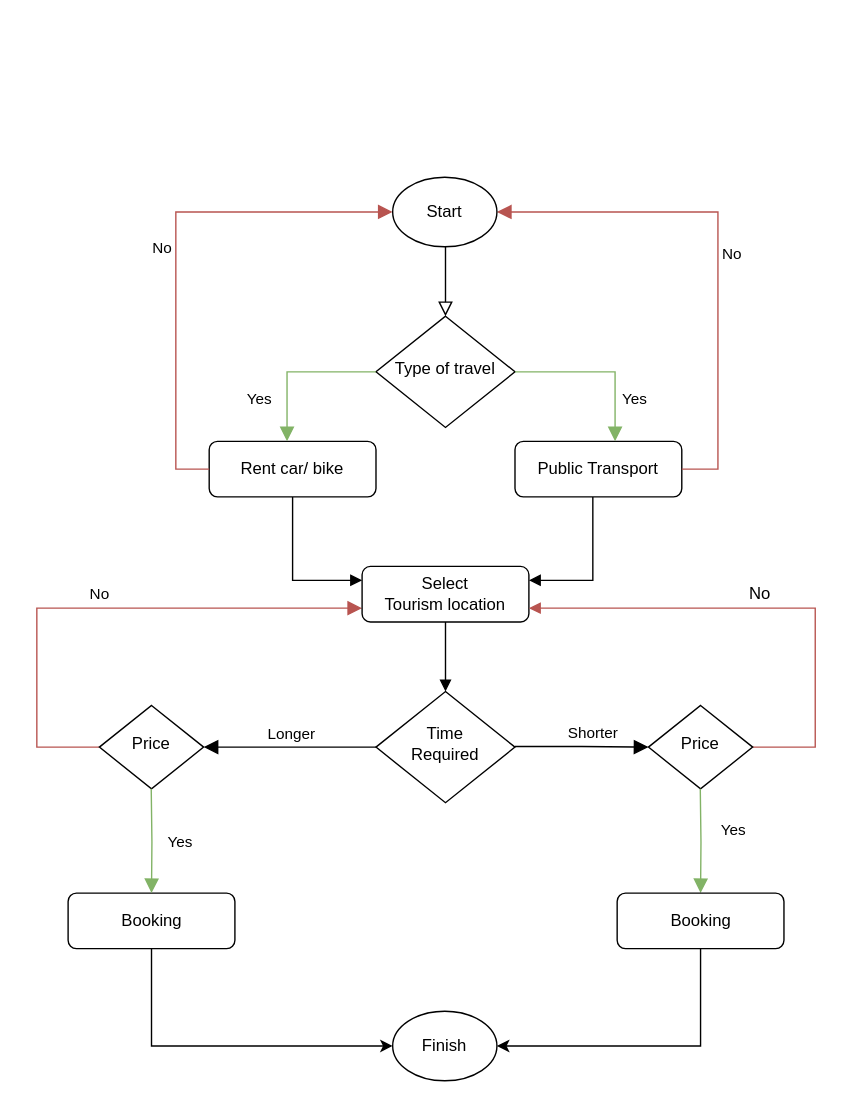
Nontakul/Data-Analyst-Project keeps this draw.io diagram as Untitled Diagram.drawio. Above is the earlier version. Source tidied: cells renumbered, new cells numbered last; positions are measured from the earlier drawing's top-left corner, leaving out a move shared by most shapes. Both pictures are drawn from the tidied source at 139%, with x=0, y=0 at pixel (36, 177).
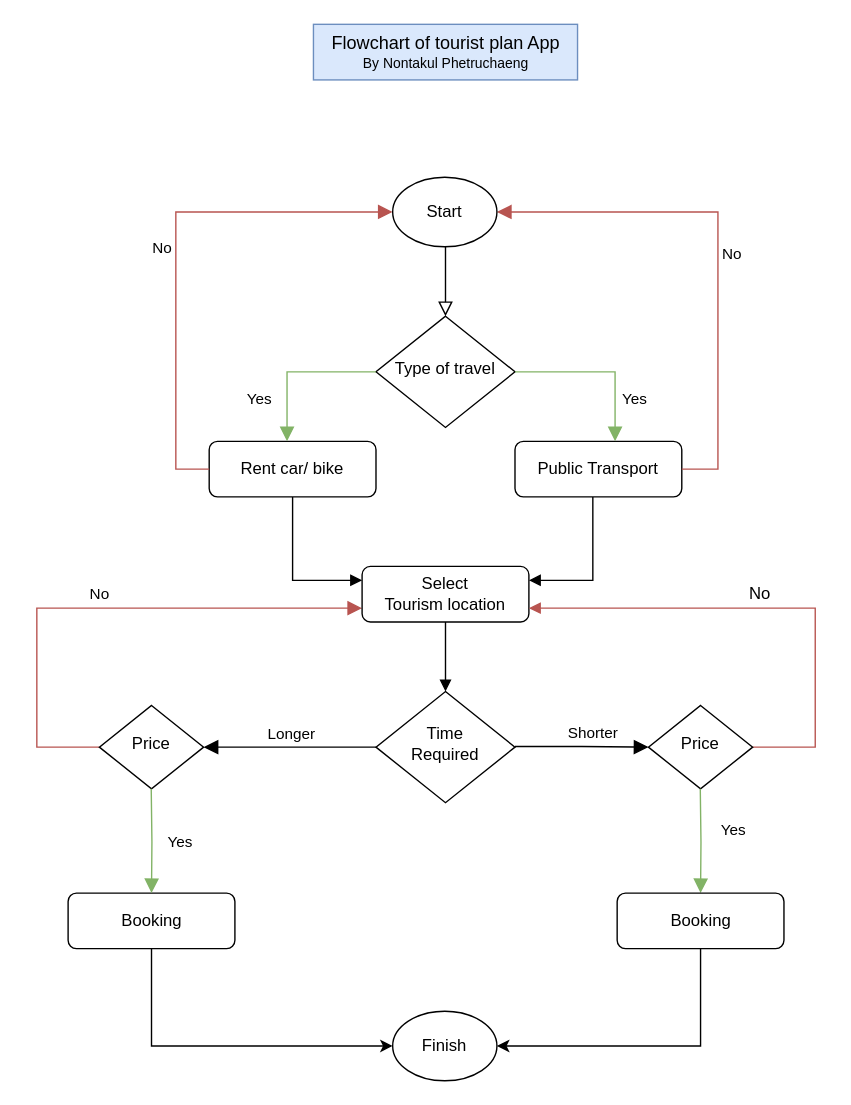
Above is the later version.

Change to the diagram source:
```diff
@@
+    <mxCell id="30" value="&lt;font style=&quot;font-size: 13px;&quot;&gt;Flowchart of&amp;nbsp;tourist plan App&lt;/font&gt;&lt;br&gt;&lt;font style=&quot;font-size: 10px;&quot;&gt;By Nontakul Phetruchaeng&lt;/font&gt;" style="text;html=1;align=center;verticalAlign=middle;strokeColor=#6c8ebf;fillColor=#dae8fc;" parent="1" vertex="1">
+      <mxGeometry x="199" y="-110" width="190" height="40" as="geometry" />
+    </mxCell>
```
